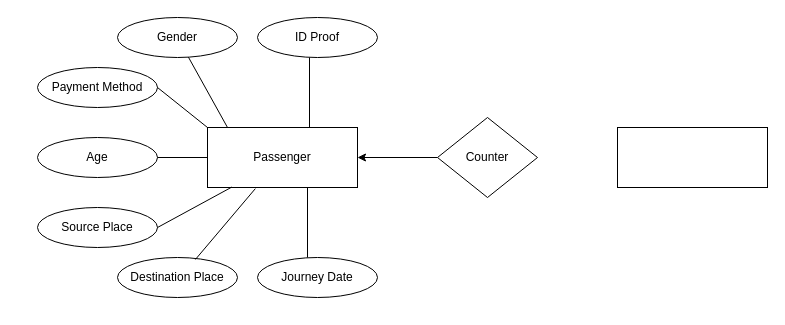
This is Draw.io/ticketreservationssystem.drawio from Vishwanath61/21CS210-DBMS-LAB, a draw.io file, before an edit. Source tidied: cells renumbered, new cells numbered last; positions are measured from the earlier drawing's top-left corner, leaving out a move shared by most shapes. Both pictures are drawn from the tidied source at 100%, with x=0, y=0 at pixel (37, 17).
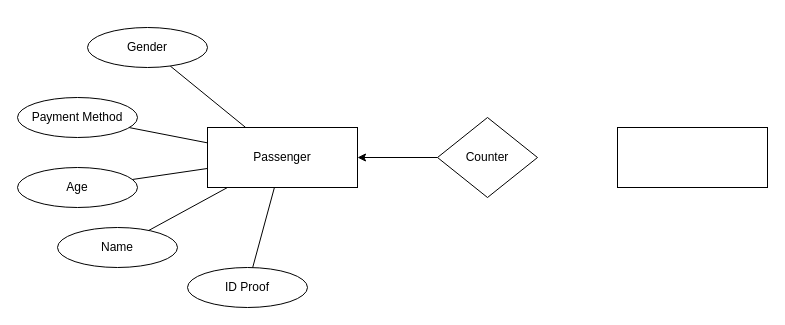
The same diagram, later.

The change refers to these unchanged cells:
```xml
<mxCell id="5" value="Passenger" style="rounded=0;whiteSpace=wrap;html=1;" parent="1" vertex="1">
  <mxGeometry x="170" y="110" width="150" height="60" as="geometry" />
</mxCell>
```

What changed in the source:
```diff
@@
     <mxCell id="6" value="Gender" style="ellipse;whiteSpace=wrap;html=1;" parent="1" vertex="1">
-      <mxGeometry x="80" width="120" height="40" as="geometry" />
+      <mxGeometry x="50" y="10" width="120" height="40" as="geometry" />
     </mxCell>
-    <mxCell id="7" value="ID Proof" style="ellipse;whiteSpace=wrap;html=1;" parent="1" vertex="1">
-      <mxGeometry x="220" width="120" height="40" as="geometry" />
-    </mxCell>
     <mxCell id="8" value="Payment Method" style="ellipse;whiteSpace=wrap;html=1;" parent="1" vertex="1">
-      <mxGeometry y="50" width="120" height="40" as="geometry" />
+      <mxGeometry x="-20" y="80" width="120" height="40" as="geometry" />
     </mxCell>
     <mxCell id="9" value="Age" style="ellipse;whiteSpace=wrap;html=1;" parent="1" vertex="1">
-      <mxGeometry y="120" width="120" height="40" as="geometry" />
+      <mxGeometry x="-20" y="150" width="120" height="40" as="geometry" />
     </mxCell>
-    <mxCell id="10" value="Source Place" style="ellipse;whiteSpace=wrap;html=1;" parent="1" vertex="1">
-      <mxGeometry y="190" width="120" height="40" as="geometry" />
+    <mxCell id="10" value="Name" style="ellipse;whiteSpace=wrap;html=1;" parent="1" vertex="1">
+      <mxGeometry x="20" y="210" width="120" height="40" as="geometry" />
     </mxCell>
-    <mxCell id="11" value="Destination Place" style="ellipse;whiteSpace=wrap;html=1;" parent="1" vertex="1">
-      <mxGeometry x="80" y="240" width="120" height="40" as="geometry" />
+    <mxCell id="11" value="ID Proof" style="ellipse;whiteSpace=wrap;html=1;" parent="1" vertex="1">
+      <mxGeometry x="150" y="250" width="120" height="40" as="geometry" />
     </mxCell>
-    <mxCell id="12" value="Journey Date" style="ellipse;whiteSpace=wrap;html=1;" parent="1" vertex="1">
-      <mxGeometry x="220" y="240" width="120" height="40" as="geometry" />
-    </mxCell>
-    <mxCell id="13" style="endArrow=none;html=1;rounded=0;exitX=0.68;exitY=0;exitDx=0;exitDy=0;exitPerimeter=0;" parent="1" edge="1" source="5">
-      <mxGeometry relative="1" as="geometry">
-        <mxPoint x="272" y="40" as="targetPoint" />
-      </mxGeometry>
-    </mxCell>
-    <mxCell id="14" style="endArrow=none;html=1;rounded=0;" parent="1" edge="1" target="6">
-      <mxGeometry relative="1" as="geometry">
-        <mxPoint x="190" y="110" as="sourcePoint" />
-      </mxGeometry>
+    <mxCell id="14" style="endArrow=none;html=1;rounded=0;" parent="1" edge="1" source="5" target="6">
+      <mxGeometry relative="1" as="geometry" />
     </mxCell>
-    <mxCell id="15" style="endArrow=none;html=1;rounded=0;exitX=0;exitY=0;exitDx=0;exitDy=0;entryX=1;entryY=0.5;entryDx=0;entryDy=0;" parent="1" edge="1" source="5" target="8">
+    <mxCell id="15" style="endArrow=none;html=1;rounded=0;" parent="1" edge="1" source="5" target="8">
       <mxGeometry relative="1" as="geometry" />
     </mxCell>
-    <mxCell id="16" style="endArrow=none;html=1;rounded=0;exitX=1;exitY=0.5;exitDx=0;exitDy=0;entryX=0.163;entryY=0.992;entryDx=0;entryDy=0;entryPerimeter=0;" parent="1" edge="1" source="10" target="5">
+    <mxCell id="16" style="endArrow=none;html=1;rounded=0;" parent="1" edge="1" source="10" target="5">
       <mxGeometry relative="1" as="geometry" />
     </mxCell>
-    <mxCell id="17" style="endArrow=none;html=1;rounded=0;exitX=0.649;exitY=0.05;exitDx=0;exitDy=0;entryX=0.319;entryY=1.019;entryDx=0;entryDy=0;entryPerimeter=0;exitPerimeter=0;" parent="1" edge="1" source="11" target="5">
+    <mxCell id="17" style="endArrow=none;html=1;rounded=0;" parent="1" edge="1" source="11" target="5">
       <mxGeometry relative="1" as="geometry" />
     </mxCell>
-    <mxCell id="18" style="endArrow=none;html=1;rounded=0;exitX=1;exitY=0.5;exitDx=0;exitDy=0;entryX=0;entryY=0.5;entryDx=0;entryDy=0;" parent="1" edge="1" source="9" target="5">
+    <mxCell id="18" style="endArrow=none;html=1;rounded=0;" parent="1" edge="1" source="9" target="5">
       <mxGeometry relative="1" as="geometry" />
     </mxCell>
-    <mxCell id="19" style="endArrow=none;html=1;rounded=0;exitX=0.68;exitY=0;exitDx=0;exitDy=0;exitPerimeter=0;" parent="1" edge="1">
-      <mxGeometry relative="1" as="geometry">
-        <mxPoint x="270" y="240" as="sourcePoint" />
-        <mxPoint x="270" y="170" as="targetPoint" />
-      </mxGeometry>
-    </mxCell>
```
